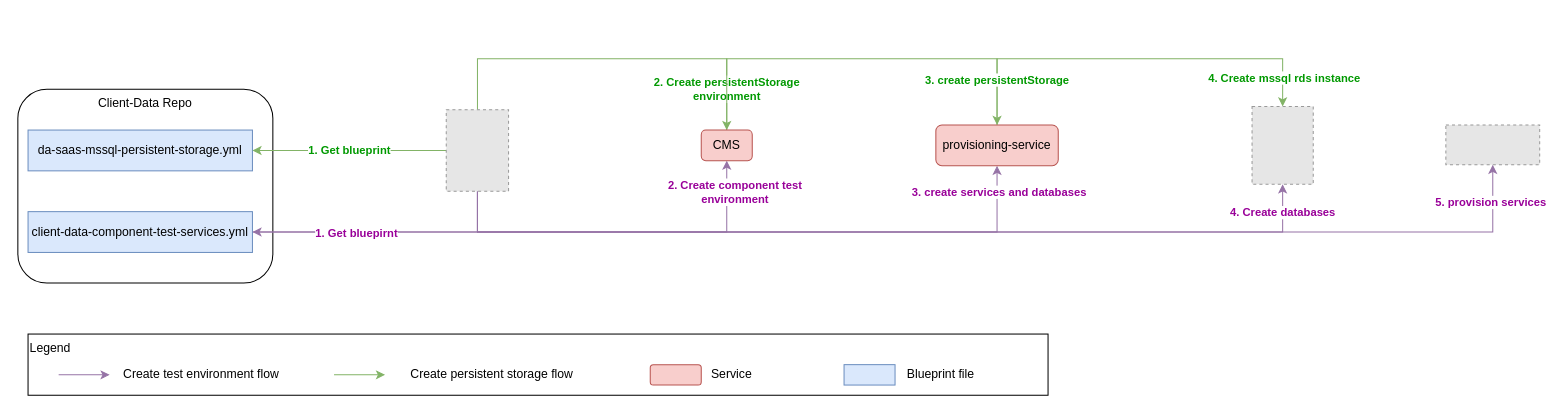
Above: Client-Data-CucumberTest.drawio in cjjian/Diagram (draw.io), before the change. Source tidied: cells renumbered, new cells numbered last; positions are measured from the earlier drawing's top-left corner, leaving out a move shared by most shapes. Both pictures are drawn from the tidied source at 102%, with x=0, y=0 at pixel (17, 58). Pictures stored in the file or linked from it are replaced by grey dashed boxes.
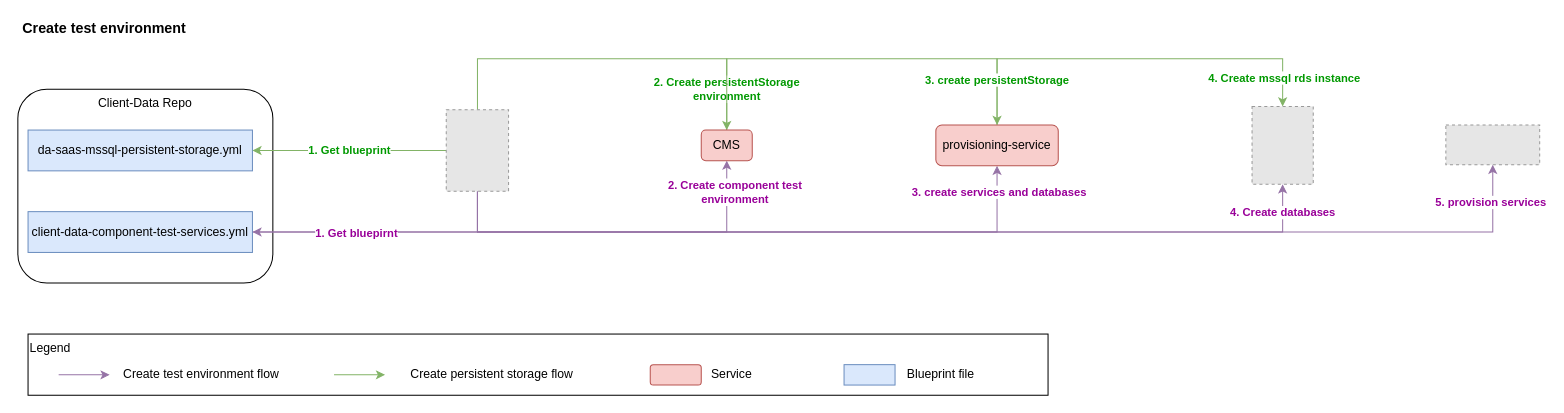
The same diagram, later.

Change to the diagram source:
```diff
@@
+    <mxCell id="37" value="Create test environment" style="text;html=1;strokeColor=none;fillColor=none;align=center;verticalAlign=middle;whiteSpace=wrap;rounded=0;fontColor=#000000;fontStyle=1;fontSize=14;" parent="1" vertex="1">
+      <mxGeometry y="-40" width="170" height="20" as="geometry" />
+    </mxCell>
```
